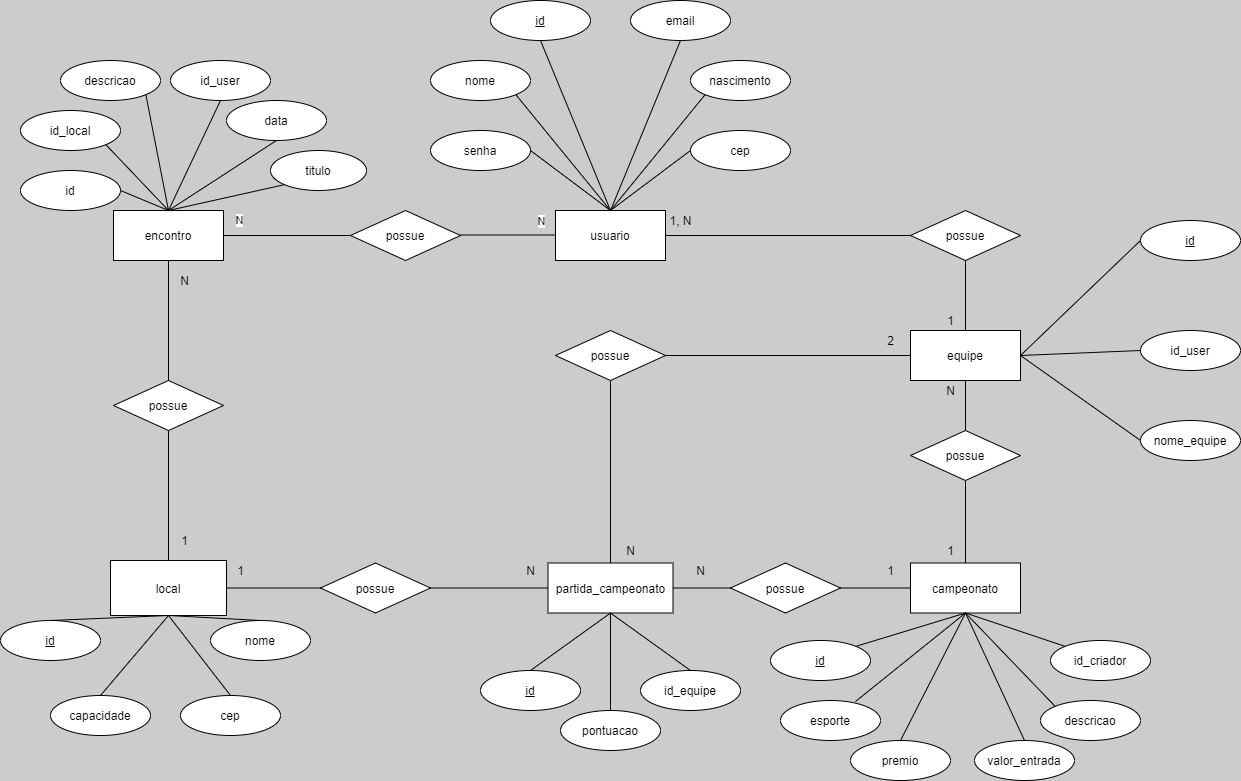
batista29/tcc keeps this draw.io diagram as playOnMatch/docs/draw/umlAtualizado.png. Above is the earlier version. Source tidied: cells renumbered, new cells last; positions are measured from the earlier drawing's top-left corner, leaving out a move shared by most shapes.
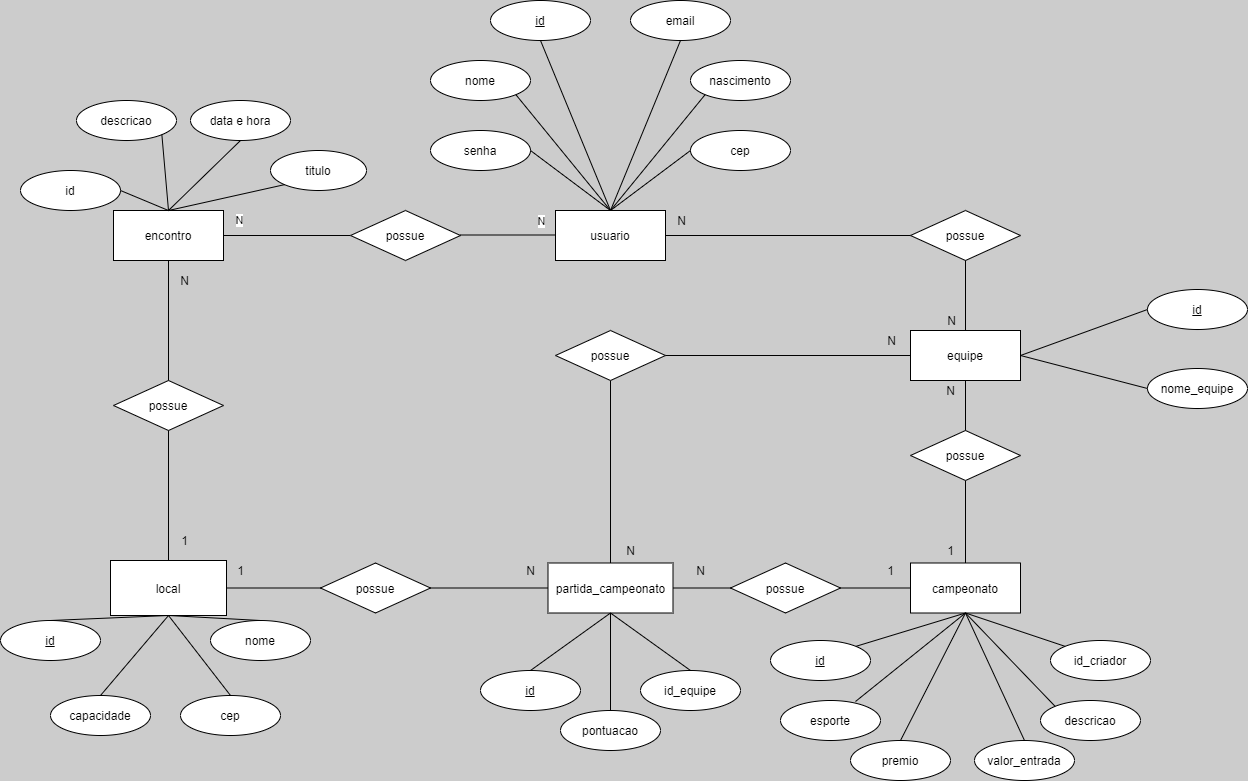
After the change.

Diff of the diagram source:
```diff
@@ -84,17 +84,11 @@
       <mxGeometry x="910" y="330" width="110" height="50" as="geometry" />
     </mxCell>
     <mxCell id="29" value="&lt;u&gt;id&lt;/u&gt;" style="ellipse;whiteSpace=wrap;html=1;align=center;" parent="1" vertex="1">
-      <mxGeometry x="1140" y="220" width="100" height="40" as="geometry" />
+      <mxGeometry x="1147" y="289" width="100" height="40" as="geometry" />
     </mxCell>
     <mxCell id="30" style="endArrow=none;html=1;rounded=0;exitX=0;exitY=0.5;exitDx=0;exitDy=0;entryX=1;entryY=0.5;entryDx=0;entryDy=0;" parent="1" edge="1" source="29" target="28">
       <mxGeometry relative="1" as="geometry" />
     </mxCell>
-    <mxCell id="31" value="id_user" style="ellipse;whiteSpace=wrap;html=1;align=center;" parent="1" vertex="1">
-      <mxGeometry x="1140" y="330" width="100" height="40" as="geometry" />
-    </mxCell>
-    <mxCell id="32" style="endArrow=none;html=1;rounded=0;exitX=0;exitY=0.5;exitDx=0;exitDy=0;entryX=1;entryY=0.5;entryDx=0;entryDy=0;" parent="1" edge="1" source="31" target="28">
-      <mxGeometry relative="1" as="geometry" />
-    </mxCell>
     <mxCell id="33" value="possue" style="shape=rhombus;perimeter=rhombusPerimeter;whiteSpace=wrap;html=1;align=center;" parent="1" vertex="1">
       <mxGeometry x="910" y="210" width="110" height="50" as="geometry" />
     </mxCell>
@@ -111,7 +105,7 @@
       <mxGeometry relative="1" as="geometry" />
     </mxCell>
     <mxCell id="38" value="nome_equipe" style="ellipse;whiteSpace=wrap;html=1;align=center;" parent="1" vertex="1">
-      <mxGeometry x="1140" y="420" width="100" height="40" as="geometry" />
+      <mxGeometry x="1147" y="368" width="100" height="40" as="geometry" />
     </mxCell>
     <mxCell id="39" style="endArrow=none;html=1;rounded=0;entryX=1;entryY=0.5;entryDx=0;entryDy=0;exitX=0;exitY=0.5;exitDx=0;exitDy=0;" parent="1" edge="1" source="38" target="28">
       <mxGeometry relative="1" as="geometry" />
@@ -170,11 +164,8 @@
     <mxCell id="57" value="titulo" style="ellipse;whiteSpace=wrap;html=1;align=center;" parent="1" vertex="1">
       <mxGeometry x="270" y="150" width="96" height="40" as="geometry" />
     </mxCell>
-    <mxCell id="58" value="id_local" style="ellipse;whiteSpace=wrap;html=1;align=center;" parent="1" vertex="1">
-      <mxGeometry x="20" y="110" width="100" height="40" as="geometry" />
-    </mxCell>
     <mxCell id="59" value="descricao" style="ellipse;whiteSpace=wrap;html=1;align=center;" parent="1" vertex="1">
-      <mxGeometry x="60" y="60" width="100" height="40" as="geometry" />
+      <mxGeometry x="76" y="100" width="100" height="40" as="geometry" />
     </mxCell>
     <mxCell id="60" value="possue" style="shape=rhombus;perimeter=rhombusPerimeter;whiteSpace=wrap;html=1;align=center;" parent="1" vertex="1">
       <mxGeometry x="350" y="210" width="110" height="50" as="geometry" />
@@ -223,15 +214,12 @@
     <mxCell id="73" style="endArrow=none;html=1;rounded=0;entryX=1;entryY=1;entryDx=0;entryDy=0;exitX=0.5;exitY=0;exitDx=0;exitDy=0;" parent="1" edge="1" source="55" target="59">
       <mxGeometry relative="1" as="geometry" />
     </mxCell>
-    <mxCell id="74" value="data" style="ellipse;whiteSpace=wrap;html=1;align=center;" parent="1" vertex="1">
-      <mxGeometry x="226" y="100" width="100" height="40" as="geometry" />
+    <mxCell id="74" value="data e hora" style="ellipse;whiteSpace=wrap;html=1;align=center;" parent="1" vertex="1">
+      <mxGeometry x="190" y="100" width="100" height="40" as="geometry" />
     </mxCell>
     <mxCell id="75" style="endArrow=none;html=1;rounded=0;entryX=0.5;entryY=0;entryDx=0;entryDy=0;exitX=0.5;exitY=1;exitDx=0;exitDy=0;" parent="1" edge="1" source="74" target="55">
       <mxGeometry relative="1" as="geometry" />
     </mxCell>
-    <mxCell id="76" style="endArrow=none;html=1;rounded=0;entryX=0.5;entryY=0;entryDx=0;entryDy=0;exitX=1;exitY=1;exitDx=0;exitDy=0;" parent="1" edge="1" source="58" target="55">
-      <mxGeometry relative="1" as="geometry" />
-    </mxCell>
     <mxCell id="77" style="endArrow=none;html=1;rounded=0;entryX=0.5;entryY=0;entryDx=0;entryDy=0;exitX=0;exitY=1;exitDx=0;exitDy=0;" parent="1" edge="1" source="57" target="55">
       <mxGeometry relative="1" as="geometry" />
     </mxCell>
@@ -241,12 +229,6 @@
     <mxCell id="79" style="endArrow=none;html=1;rounded=0;exitX=0.5;exitY=0;exitDx=0;exitDy=0;entryX=0.5;entryY=1;entryDx=0;entryDy=0;" parent="1" edge="1" source="78" target="40">
       <mxGeometry relative="1" as="geometry" />
     </mxCell>
-    <mxCell id="80" value="id_user" style="ellipse;whiteSpace=wrap;html=1;align=center;" parent="1" vertex="1">
-      <mxGeometry x="170" y="60" width="100" height="40" as="geometry" />
-    </mxCell>
-    <mxCell id="81" style="endArrow=none;html=1;rounded=0;entryX=0.5;entryY=1;entryDx=0;entryDy=0;exitX=0.5;exitY=0;exitDx=0;exitDy=0;" parent="1" edge="1" source="55" target="80">
-      <mxGeometry relative="1" as="geometry" />
-    </mxCell>
     <mxCell id="82" value="id" style="ellipse;whiteSpace=wrap;html=1;align=center;" parent="1" vertex="1">
       <mxGeometry x="20" y="170" width="100" height="40" as="geometry" />
     </mxCell>
@@ -258,11 +240,11 @@
         <mxPoint x="-42" y="19" as="offset" />
       </mxGeometry>
     </mxCell>
-    <mxCell id="85" value="1, N" style="text;html=1;align=center;verticalAlign=middle;" parent="1" vertex="1">
-      <mxGeometry x="660" y="210" width="40" height="20" as="geometry" />
+    <mxCell id="85" value="N" style="text;html=1;align=center;verticalAlign=middle;" parent="1" vertex="1">
+      <mxGeometry x="671" y="211" width="19" height="18" as="geometry" />
     </mxCell>
-    <mxCell id="86" value="1" style="text;html=1;align=center;verticalAlign=middle;" parent="1" vertex="1">
-      <mxGeometry x="940" y="310" width="20" height="20" as="geometry" />
+    <mxCell id="86" value="N" style="text;html=1;align=center;verticalAlign=middle;" parent="1" vertex="1">
+      <mxGeometry x="941" y="311" width="19" height="18" as="geometry" />
     </mxCell>
     <mxCell id="87" value="1" style="text;html=1;align=center;verticalAlign=middle;" parent="1" vertex="1">
       <mxGeometry x="940" y="540" width="20" height="20" as="geometry" />
@@ -297,8 +279,8 @@
     <mxCell id="97" value="N" style="text;html=1;align=center;verticalAlign=middle;" parent="1" vertex="1">
       <mxGeometry x="620" y="540" width="20" height="20" as="geometry" />
     </mxCell>
-    <mxCell id="98" value="2" style="text;html=1;align=center;verticalAlign=middle;" parent="1" vertex="1">
-      <mxGeometry x="880" y="330" width="20" height="20" as="geometry" />
+    <mxCell id="98" value="N" style="text;html=1;align=center;verticalAlign=middle;" parent="1" vertex="1">
+      <mxGeometry x="881" y="331" width="19" height="18" as="geometry" />
     </mxCell>
   </root>
 </mxGraphModel>
```
